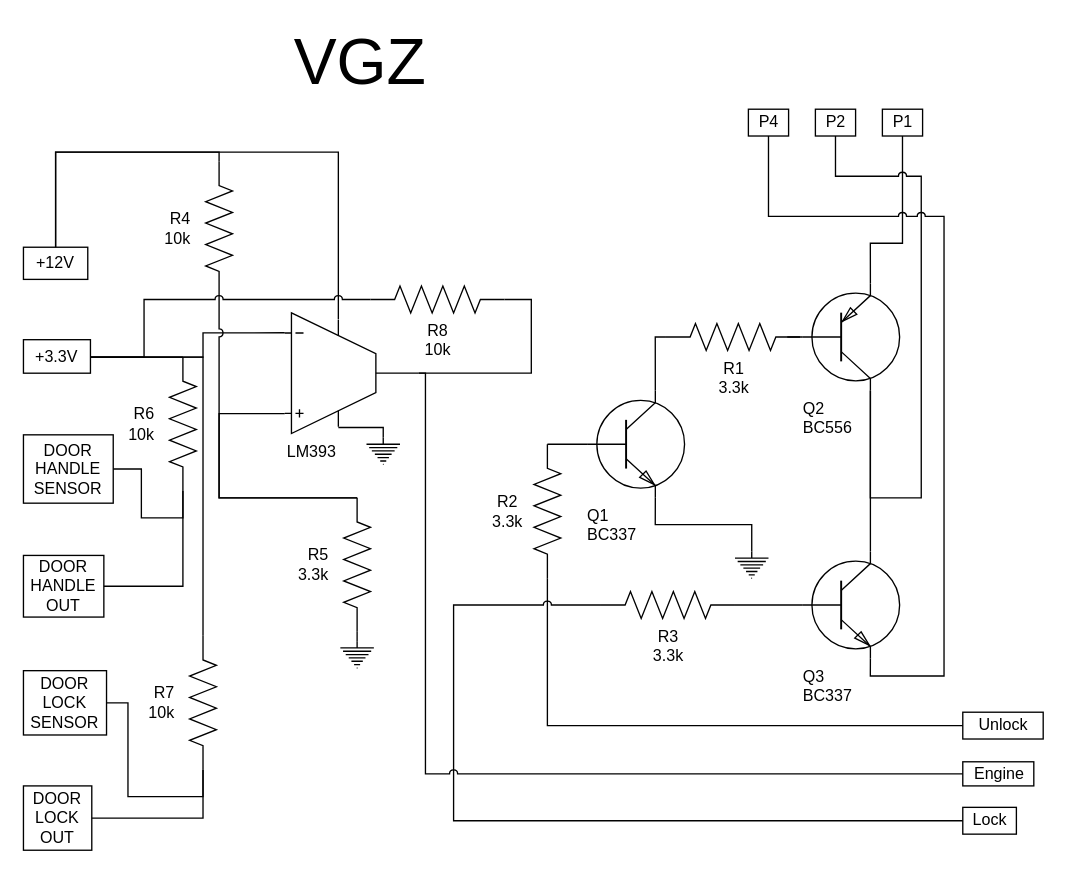
The draw.io diagram page "VGZ" (1 of 2) of golf/VGZ.drawio in manix/draw.io, before the edit. Source tidied: cells renumbered, new cells numbered last; positions are measured from the earlier drawing's top-left corner, leaving out a move shared by most shapes. Both pictures are drawn from the tidied source at 134%, with x=0, y=0 at pixel (23, 42).
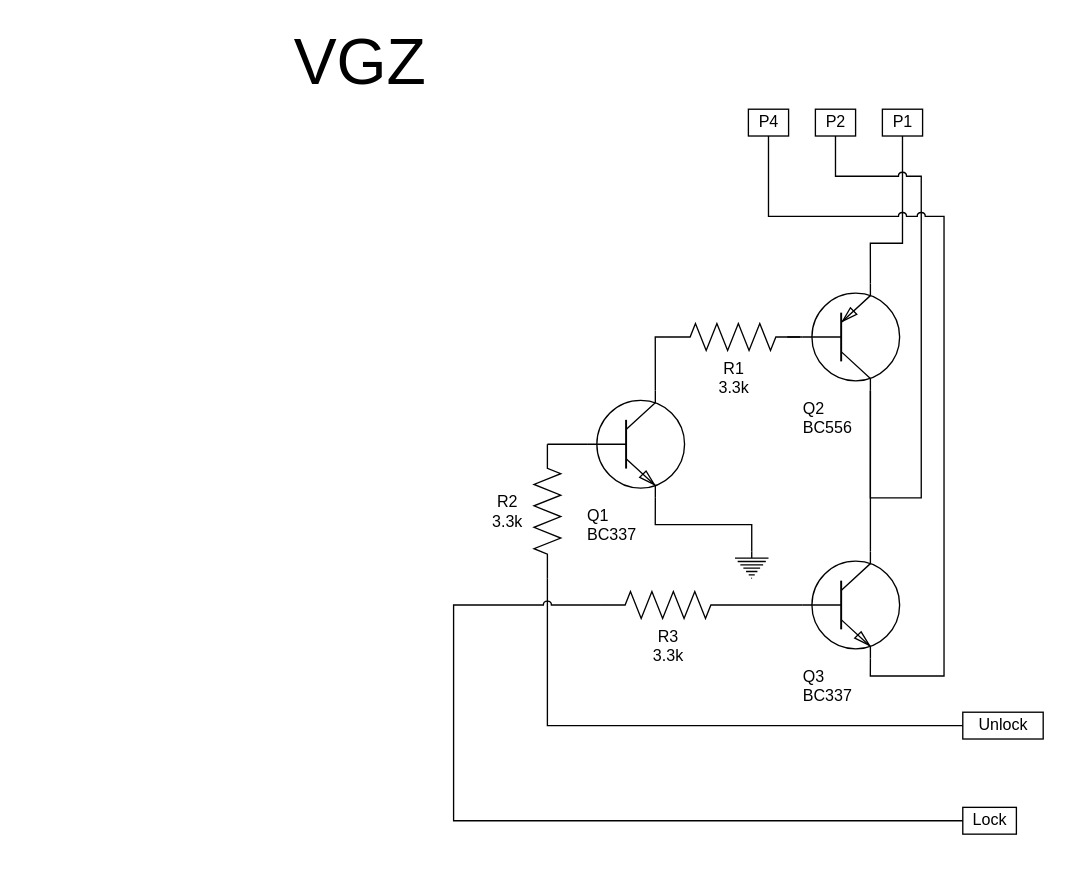
After the change.

Diff of the diagram source:
```diff
@@
-    <mxCell id="26" value="+3.3V" style="rounded=0;whiteSpace=wrap;html=1;strokeColor=#000000;fontColor=#000000;align=center;" parent="1" vertex="1">
-      <mxGeometry y="222" width="50" height="25" as="geometry" />
-    </mxCell>
-    <mxCell id="27" value="&lt;div&gt;DOOR&lt;/div&gt;&lt;div&gt;HANDLE&lt;/div&gt;&lt;div&gt;SENSOR&lt;br&gt;&lt;/div&gt;" style="rounded=0;whiteSpace=wrap;html=1;strokeColor=#000000;fontColor=#000000;align=center;" parent="1" vertex="1">
-      <mxGeometry y="293" width="67" height="51" as="geometry" />
-    </mxCell>
-    <mxCell id="28" value="&lt;div&gt;DOOR&lt;/div&gt;&lt;div&gt;HANDLE&lt;/div&gt;&lt;div&gt;OUT&lt;br&gt;&lt;/div&gt;" style="rounded=0;whiteSpace=wrap;html=1;strokeColor=#000000;fontColor=#000000;align=center;" parent="1" vertex="1">
-      <mxGeometry y="383" width="60" height="46" as="geometry" />
-    </mxCell>
-    <mxCell id="29" value="&lt;div&gt;DOOR&lt;/div&gt;&lt;div&gt;LOCK&lt;/div&gt;&lt;div&gt;SENSOR&lt;br&gt;&lt;/div&gt;" style="rounded=0;whiteSpace=wrap;html=1;strokeColor=#000000;fontColor=#000000;align=center;" parent="1" vertex="1">
-      <mxGeometry y="469" width="62" height="48" as="geometry" />
-    </mxCell>
-    <mxCell id="30" value="&lt;div&gt;DOOR&lt;/div&gt;&lt;div&gt;LOCK&lt;/div&gt;&lt;div&gt;OUT&lt;br&gt;&lt;/div&gt;" style="rounded=0;whiteSpace=wrap;html=1;strokeColor=#000000;fontColor=#000000;align=center;" parent="1" vertex="1">
-      <mxGeometry y="555" width="51" height="48" as="geometry" />
-    </mxCell>
-    <mxCell id="31" style="edgeStyle=orthogonalEdgeStyle;rounded=0;jumpStyle=arc;jettySize=auto;html=1;exitX=0.4;exitY=0.05;exitDx=0;exitDy=0;exitPerimeter=0;endArrow=none;endFill=0;strokeColor=#000000;fontColor=#000000;" parent="1" edge="1" source="36" target="37">
-      <mxGeometry relative="1" as="geometry">
-        <Array as="points">
-          <mxPoint x="235" y="82" />
-          <mxPoint x="24" y="82" />
-        </Array>
-      </mxGeometry>
-    </mxCell>
-    <mxCell id="32" style="edgeStyle=orthogonalEdgeStyle;rounded=0;jumpStyle=arc;jettySize=auto;html=1;endArrow=none;endFill=0;strokeColor=#000000;fontColor=#000000;exitX=0;exitY=0.165;exitDx=0;exitDy=0;exitPerimeter=0;" parent="1" edge="1" source="36" target="26">
-      <mxGeometry relative="1" as="geometry">
-        <Array as="points">
-          <mxPoint x="134" y="217" />
-          <mxPoint x="134" y="235" />
-        </Array>
-      </mxGeometry>
-    </mxCell>
-    <mxCell id="33" style="edgeStyle=orthogonalEdgeStyle;rounded=0;jumpStyle=arc;jettySize=auto;html=1;exitX=0;exitY=0.835;exitDx=0;exitDy=0;exitPerimeter=0;entryX=0;entryY=0.5;entryDx=0;entryDy=0;entryPerimeter=0;endArrow=none;endFill=0;strokeColor=#000000;fontColor=#000000;" parent="1" edge="1" source="36" target="42">
-      <mxGeometry relative="1" as="geometry">
-        <Array as="points">
-          <mxPoint x="146" y="277" />
-          <mxPoint x="146" y="340" />
-        </Array>
-      </mxGeometry>
-    </mxCell>
-    <mxCell id="34" style="edgeStyle=orthogonalEdgeStyle;rounded=0;jumpStyle=arc;jettySize=auto;html=1;exitX=0.4;exitY=0.95;exitDx=0;exitDy=0;exitPerimeter=0;entryX=0.5;entryY=0;entryDx=0;entryDy=0;entryPerimeter=0;endArrow=none;endFill=0;strokeColor=#000000;fontColor=#000000;" parent="1" edge="1" source="36" target="44">
-      <mxGeometry relative="1" as="geometry" />
-    </mxCell>
-    <mxCell id="35" style="edgeStyle=orthogonalEdgeStyle;rounded=0;jumpStyle=arc;jettySize=auto;html=1;exitX=1;exitY=0.5;exitDx=0;exitDy=0;exitPerimeter=0;endArrow=none;endFill=0;" parent="1" edge="1" source="36" target="45">
-      <mxGeometry relative="1" as="geometry">
-        <Array as="points">
-          <mxPoint x="300" y="247" />
-          <mxPoint x="300" y="546" />
-        </Array>
-      </mxGeometry>
-    </mxCell>
-    <mxCell id="36" value="&lt;div&gt;LM393&lt;/div&gt;" style="verticalLabelPosition=bottom;shadow=0;dashed=0;align=left;html=1;verticalAlign=top;shape=mxgraph.electrical.abstract.ota_1;strokeColor=#000000;fontColor=#000000;" parent="1" vertex="1">
-      <mxGeometry x="195" y="202" width="100" height="90" as="geometry" />
-    </mxCell>
-    <mxCell id="37" value="+12V" style="rounded=0;whiteSpace=wrap;html=1;strokeColor=#000000;fontColor=#000000;align=center;" parent="1" vertex="1">
-      <mxGeometry y="153" width="48" height="24" as="geometry" />
-    </mxCell>
-    <mxCell id="38" style="edgeStyle=orthogonalEdgeStyle;rounded=0;jumpStyle=arc;jettySize=auto;html=1;exitX=0;exitY=0.5;exitDx=0;exitDy=0;exitPerimeter=0;endArrow=none;endFill=0;strokeColor=#000000;fontColor=#000000;" parent="1" edge="1" source="39" target="37">
-      <mxGeometry relative="1" as="geometry">
-        <Array as="points">
-          <mxPoint x="146" y="82" />
-        </Array>
-      </mxGeometry>
-    </mxCell>
-    <mxCell id="39" value="&lt;div&gt;R4&lt;/div&gt;&lt;div&gt;10k&lt;br&gt;&lt;/div&gt;" style="verticalLabelPosition=middle;shadow=0;dashed=0;align=right;html=1;verticalAlign=middle;shape=mxgraph.electrical.resistors.resistor_2;strokeColor=#000000;fontColor=#000000;direction=south;labelPosition=left;spacingRight=10;" parent="1" vertex="1">
-      <mxGeometry x="136" y="89" width="20" height="100" as="geometry" />
-    </mxCell>
-    <mxCell id="40" style="edgeStyle=orthogonalEdgeStyle;rounded=0;jumpStyle=arc;jettySize=auto;html=1;exitX=0;exitY=0.5;exitDx=0;exitDy=0;exitPerimeter=0;entryX=1;entryY=0.5;entryDx=0;entryDy=0;entryPerimeter=0;endArrow=none;endFill=0;strokeColor=#000000;fontColor=#000000;" parent="1" edge="1" source="42" target="39">
-      <mxGeometry relative="1" as="geometry">
-        <Array as="points">
-          <mxPoint x="146" y="340" />
-        </Array>
-      </mxGeometry>
-    </mxCell>
-    <mxCell id="41" style="edgeStyle=orthogonalEdgeStyle;rounded=0;jumpStyle=arc;jettySize=auto;html=1;exitX=1;exitY=0.5;exitDx=0;exitDy=0;exitPerimeter=0;entryX=0.5;entryY=0;entryDx=0;entryDy=0;entryPerimeter=0;endArrow=none;endFill=0;strokeColor=#000000;fontColor=#000000;" parent="1" edge="1" source="42" target="43">
-      <mxGeometry relative="1" as="geometry" />
-    </mxCell>
-    <mxCell id="42" value="&lt;div&gt;R5&lt;/div&gt;&lt;div&gt;3.3k&lt;br&gt;&lt;/div&gt;" style="verticalLabelPosition=middle;shadow=0;dashed=0;align=right;html=1;verticalAlign=middle;shape=mxgraph.electrical.resistors.resistor_2;strokeColor=#000000;fontColor=#000000;direction=south;labelPosition=left;spacingRight=10;" parent="1" vertex="1">
-      <mxGeometry x="239" y="340" width="20" height="100" as="geometry" />
-    </mxCell>
-    <mxCell id="43" style="verticalLabelPosition=bottom;shadow=0;dashed=0;align=center;html=1;verticalAlign=top;shape=mxgraph.electrical.signal_sources.protective_earth;strokeColor=#000000;fontColor=#000000;labelBackgroundColor=none;" parent="1" vertex="1">
-      <mxGeometry x="236.5" y="447" width="25" height="20" as="geometry" />
-    </mxCell>
-    <mxCell id="44" style="verticalLabelPosition=bottom;shadow=0;dashed=0;align=center;html=1;verticalAlign=top;shape=mxgraph.electrical.signal_sources.protective_earth;strokeColor=#000000;fontColor=#000000;labelBackgroundColor=none;" parent="1" vertex="1">
-      <mxGeometry x="256" y="295" width="25" height="20" as="geometry" />
-    </mxCell>
-    <mxCell id="45" value="Engine" style="text;html=1;align=center;verticalAlign=middle;points=[];strokeColor=#000000;fontColor=#000000;labelBackgroundColor=none;" parent="1" vertex="1">
-      <mxGeometry x="701" y="537" width="53" height="18" as="geometry" />
-    </mxCell>
-    <mxCell id="46" style="edgeStyle=orthogonalEdgeStyle;rounded=0;jettySize=auto;html=1;exitX=0;exitY=0.5;exitDx=0;exitDy=0;exitPerimeter=0;endArrow=none;endFill=0;jumpStyle=arc;" parent="1" edge="1" source="48" target="26">
-      <mxGeometry relative="1" as="geometry">
-        <Array as="points">
-          <mxPoint x="90" y="192" />
-          <mxPoint x="90" y="235" />
-        </Array>
-      </mxGeometry>
-    </mxCell>
-    <mxCell id="47" style="edgeStyle=orthogonalEdgeStyle;rounded=0;jumpStyle=arc;jettySize=auto;html=1;exitX=1;exitY=0.5;exitDx=0;exitDy=0;exitPerimeter=0;entryX=1;entryY=0.5;entryDx=0;entryDy=0;entryPerimeter=0;endArrow=none;endFill=0;" parent="1" edge="1" source="48" target="36">
-      <mxGeometry relative="1" as="geometry" />
-    </mxCell>
-    <mxCell id="48" value="&lt;div&gt;R8&lt;/div&gt;&lt;div&gt;10k&lt;br&gt;&lt;/div&gt;" style="verticalLabelPosition=bottom;shadow=0;dashed=0;align=center;html=1;verticalAlign=top;shape=mxgraph.electrical.resistors.resistor_2;strokeColor=#000000;fontColor=#000000;" parent="1" vertex="1">
-      <mxGeometry x="259" y="182" width="100" height="20" as="geometry" />
-    </mxCell>
-    <mxCell id="49" style="edgeStyle=orthogonalEdgeStyle;rounded=0;jumpStyle=arc;jettySize=auto;html=1;exitX=0;exitY=0.5;exitDx=0;exitDy=0;exitPerimeter=0;endArrow=none;endFill=0;" parent="1" edge="1" source="52" target="26">
-      <mxGeometry relative="1" as="geometry">
-        <Array as="points">
-          <mxPoint x="102" y="235" />
-          <mxPoint x="102" y="235" />
-        </Array>
-      </mxGeometry>
-    </mxCell>
-    <mxCell id="50" style="edgeStyle=orthogonalEdgeStyle;rounded=0;jumpStyle=arc;jettySize=auto;html=1;exitX=1;exitY=0.5;exitDx=0;exitDy=0;exitPerimeter=0;endArrow=none;endFill=0;" parent="1" edge="1" source="52" target="27">
-      <mxGeometry relative="1" as="geometry" />
-    </mxCell>
-    <mxCell id="51" style="edgeStyle=orthogonalEdgeStyle;rounded=0;jumpStyle=arc;jettySize=auto;html=1;exitX=1;exitY=0.5;exitDx=0;exitDy=0;exitPerimeter=0;endArrow=none;endFill=0;" parent="1" edge="1" source="52" target="28">
-      <mxGeometry relative="1" as="geometry">
-        <Array as="points">
-          <mxPoint x="119" y="406" />
-        </Array>
-      </mxGeometry>
-    </mxCell>
-    <mxCell id="52" value="&lt;div&gt;R6&lt;/div&gt;&lt;div&gt;10k&lt;br&gt;&lt;/div&gt;" style="verticalLabelPosition=middle;shadow=0;dashed=0;align=right;html=1;verticalAlign=middle;shape=mxgraph.electrical.resistors.resistor_2;strokeColor=#000000;fontColor=#000000;direction=south;labelPosition=left;spacingRight=10;" parent="1" vertex="1">
-      <mxGeometry x="109" y="235" width="20" height="100" as="geometry" />
-    </mxCell>
-    <mxCell id="53" style="edgeStyle=orthogonalEdgeStyle;rounded=0;jumpStyle=arc;jettySize=auto;html=1;exitX=0;exitY=0.5;exitDx=0;exitDy=0;exitPerimeter=0;endArrow=none;endFill=0;" parent="1" edge="1" source="56" target="26">
-      <mxGeometry relative="1" as="geometry">
-        <Array as="points">
-          <mxPoint x="134" y="443" />
-          <mxPoint x="134" y="235" />
-        </Array>
-      </mxGeometry>
-    </mxCell>
-    <mxCell id="54" style="edgeStyle=orthogonalEdgeStyle;rounded=0;jumpStyle=arc;jettySize=auto;html=1;exitX=1;exitY=0.5;exitDx=0;exitDy=0;exitPerimeter=0;endArrow=none;endFill=0;" parent="1" edge="1" source="56" target="30">
-      <mxGeometry relative="1" as="geometry">
-        <Array as="points">
-          <mxPoint x="134" y="579" />
-        </Array>
-      </mxGeometry>
-    </mxCell>
-    <mxCell id="55" style="edgeStyle=orthogonalEdgeStyle;rounded=0;jumpStyle=arc;jettySize=auto;html=1;exitX=1;exitY=0.5;exitDx=0;exitDy=0;exitPerimeter=0;endArrow=none;endFill=0;" parent="1" edge="1" source="56" target="29">
-      <mxGeometry relative="1" as="geometry">
-        <Array as="points">
-          <mxPoint x="134" y="563" />
-          <mxPoint x="78" y="563" />
-          <mxPoint x="78" y="493" />
-        </Array>
-      </mxGeometry>
-    </mxCell>
-    <mxCell id="56" value="&lt;div&gt;R7&lt;/div&gt;&lt;div&gt;10k&lt;br&gt;&lt;/div&gt;" style="verticalLabelPosition=middle;shadow=0;dashed=0;align=right;html=1;verticalAlign=middle;shape=mxgraph.electrical.resistors.resistor_2;strokeColor=#000000;fontColor=#000000;direction=south;labelPosition=left;spacingRight=10;" parent="1" vertex="1">
-      <mxGeometry x="124" y="443" width="20" height="100" as="geometry" />
-    </mxCell>
```
